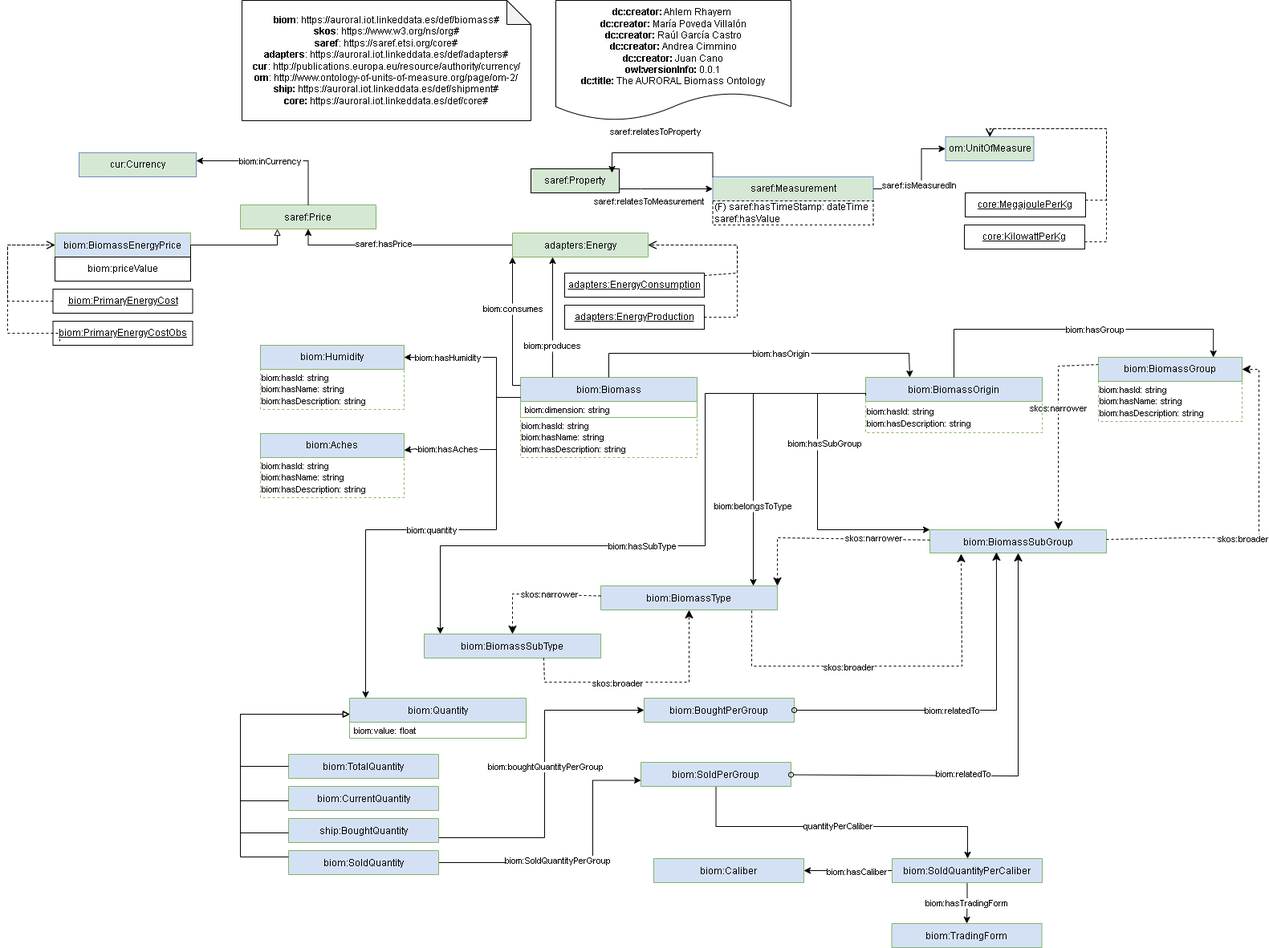
Earlier version of the draw.io export Diagrams/general.png (oeg-upm/auroral-biomass-ontology). Source tidied: cells renumbered, new cells last; positions are measured from the earlier drawing's top-left corner, leaving out a move shared by most shapes.
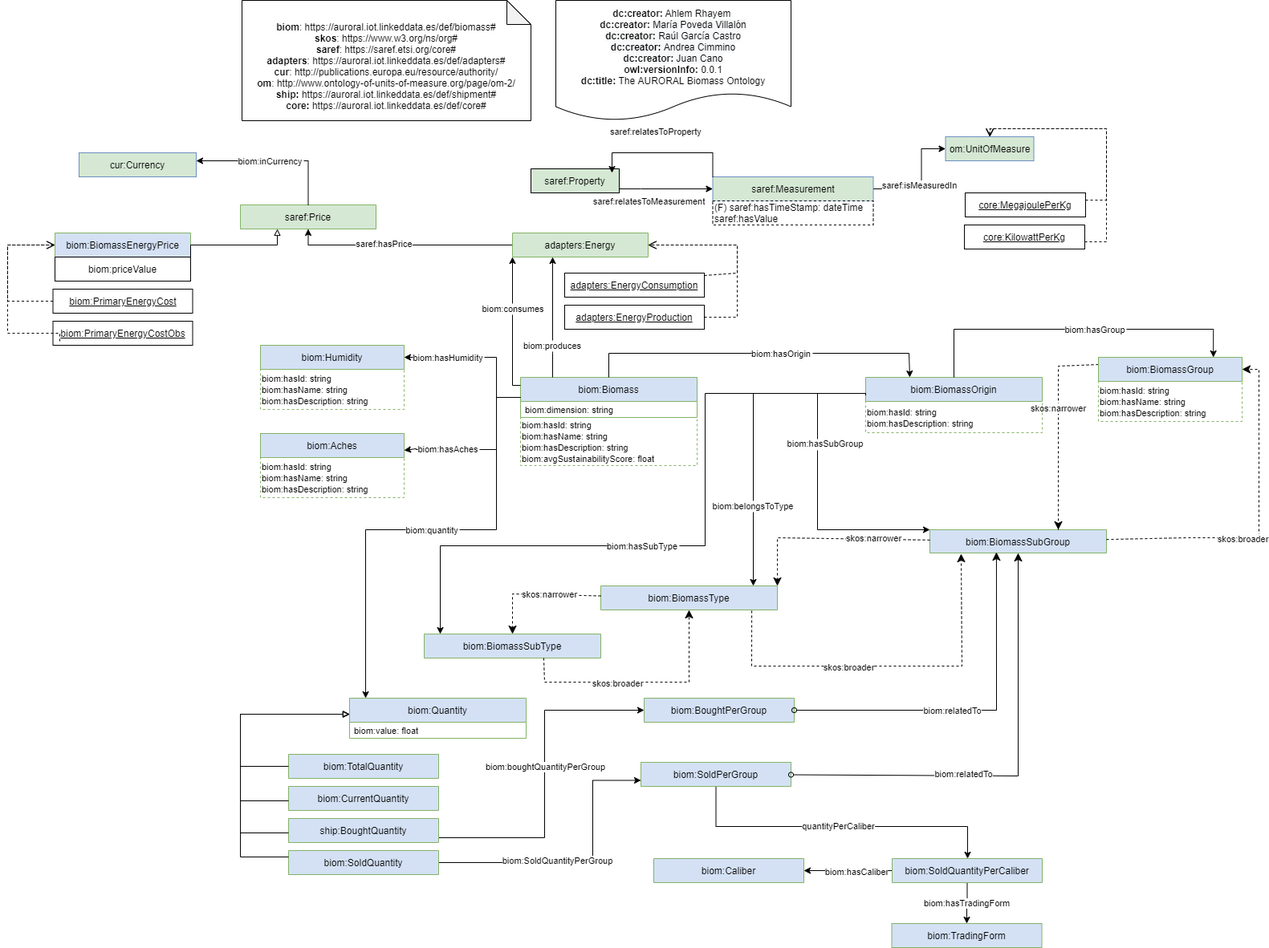
After the change.

Diff of the diagram source:
```diff
@@ -79,7 +79,7 @@
         </Array>
       </mxGeometry>
     </mxCell>
-    <mxCell id="15" value="&lt;div&gt;&lt;b&gt;&lt;br&gt;&lt;/b&gt;&lt;/div&gt;&lt;div&gt;&lt;b&gt;biom&lt;/b&gt;: https://auroral.iot.linkeddata.es/def/biomass#&lt;br&gt;&lt;/div&gt;&lt;div&gt;&lt;b&gt;skos&lt;/b&gt;:&amp;nbsp;https://www.w3.org/ns/org#&lt;br&gt;&lt;/div&gt;&lt;div&gt;&lt;/div&gt;&lt;b&gt;saref&lt;/b&gt;: https://saref.etsi.org/core#&lt;br&gt;&lt;b&gt;adapters&lt;/b&gt;: https://auroral.iot.linkeddata.es/def/adapters#&lt;br&gt;&lt;b&gt;cur&lt;/b&gt;: http://publications.europa.eu/resource/authority/currency/&lt;br&gt;&lt;b&gt;om&lt;/b&gt;:&amp;nbsp;http://www.ontology-of-units-of-measure.org/page/om-2/&lt;br&gt;&lt;b&gt;ship:&lt;/b&gt; https://auroral.iot.linkeddata.es/def/shipment#&lt;br&gt;&lt;b&gt;core:&lt;/b&gt;&amp;nbsp;&lt;span&gt;https://auroral.iot.linkeddata.es/def/core#&lt;/span&gt;&lt;br&gt;&lt;br&gt;" style="shape=note;whiteSpace=wrap;html=1;backgroundOutline=1;darkOpacity=0.05;" parent="1" vertex="1">
+    <mxCell id="15" value="&lt;div&gt;&lt;b&gt;&lt;br&gt;&lt;/b&gt;&lt;/div&gt;&lt;div&gt;&lt;b&gt;biom&lt;/b&gt;: https://auroral.iot.linkeddata.es/def/biomass#&lt;br&gt;&lt;/div&gt;&lt;div&gt;&lt;b&gt;skos&lt;/b&gt;:&amp;nbsp;https://www.w3.org/ns/org#&lt;br&gt;&lt;/div&gt;&lt;div&gt;&lt;/div&gt;&lt;b&gt;saref&lt;/b&gt;: https://saref.etsi.org/core#&lt;br&gt;&lt;b&gt;adapters&lt;/b&gt;: https://auroral.iot.linkeddata.es/def/adapters#&lt;br&gt;&lt;b&gt;cur&lt;/b&gt;: http://publications.europa.eu/resource/authority/&lt;br&gt;&lt;b&gt;om&lt;/b&gt;:&amp;nbsp;http://www.ontology-of-units-of-measure.org/page/om-2/&lt;br&gt;&lt;b&gt;ship:&lt;/b&gt; https://auroral.iot.linkeddata.es/def/shipment#&lt;br&gt;&lt;b&gt;core:&lt;/b&gt;&amp;nbsp;&lt;span&gt;https://auroral.iot.linkeddata.es/def/core#&lt;/span&gt;&lt;br&gt;" style="shape=note;whiteSpace=wrap;html=1;backgroundOutline=1;darkOpacity=0.05;" parent="1" vertex="1">
       <mxGeometry x="292" width="360" height="150" as="geometry" />
     </mxCell>
     <mxCell id="16" value="saref:Price" style="swimlane;fontStyle=0;horizontal=1;startSize=30;fillColor=#d5e8d4;strokeColor=#82b366;" parent="1" vertex="1">
@@ -420,8 +420,8 @@
     <mxCell id="83" value="biom:Aches" style="rounded=0;whiteSpace=wrap;html=1;snapToPoint=1;points=[[0.1,0],[0.2,0],[0.3,0],[0.4,0],[0.5,0],[0.6,0],[0.7,0],[0.8,0],[0.9,0],[0,0.1],[0,0.3],[0,0.5],[0,0.7],[0,0.9],[0.1,1],[0.2,1],[0.3,1],[0.4,1],[0.5,1],[0.6,1],[0.7,1],[0.8,1],[0.9,1],[1,0.1],[1,0.3],[1,0.5],[1,0.7],[1,0.9]];fillColor=#D4E1F5;strokeColor=#82B366;" parent="1" vertex="1">
       <mxGeometry x="315" y="540" width="179" height="30" as="geometry" />
     </mxCell>
-    <mxCell id="84" value="&lt;font style=&quot;font-size: 11px&quot;&gt;biom:hasId: string&lt;br&gt;biom:hasName: string&lt;br&gt;biom:hasDescription: string&lt;/font&gt;" style="rounded=0;whiteSpace=wrap;html=1;dashed=1;strokeColor=#82B366;fillColor=none;align=left;" parent="1" vertex="1">
-      <mxGeometry x="639" y="520" width="220" height="50" as="geometry" />
+    <mxCell id="84" value="&lt;font style=&quot;font-size: 11px&quot;&gt;biom:hasId: string&lt;br&gt;biom:hasName: string&lt;br&gt;biom:hasDescription: string&lt;br&gt;biom:avgSustainabilityScore: float&lt;br&gt;&lt;/font&gt;" style="rounded=0;whiteSpace=wrap;html=1;dashed=1;strokeColor=#82B366;fillColor=none;align=left;" parent="1" vertex="1">
+      <mxGeometry x="639" y="520" width="220" height="60" as="geometry" />
     </mxCell>
     <mxCell id="85" style="endArrow=classic;html=1;endSize=8;dashed=1;arcSize=0;rounded=0;" parent="1" edge="1" source="6" target="7">
       <mxGeometry relative="1" as="geometry">
```
